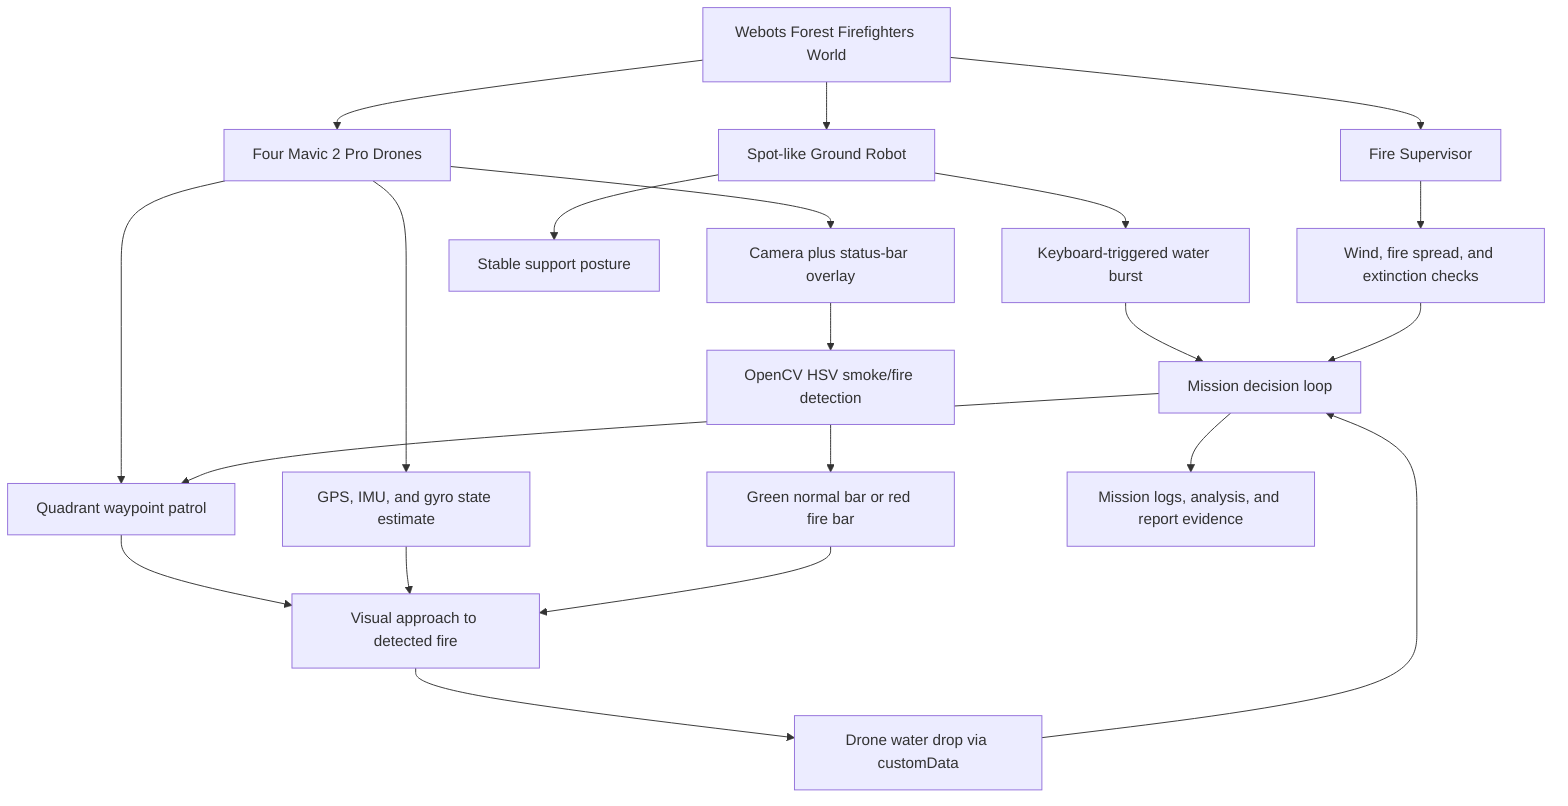
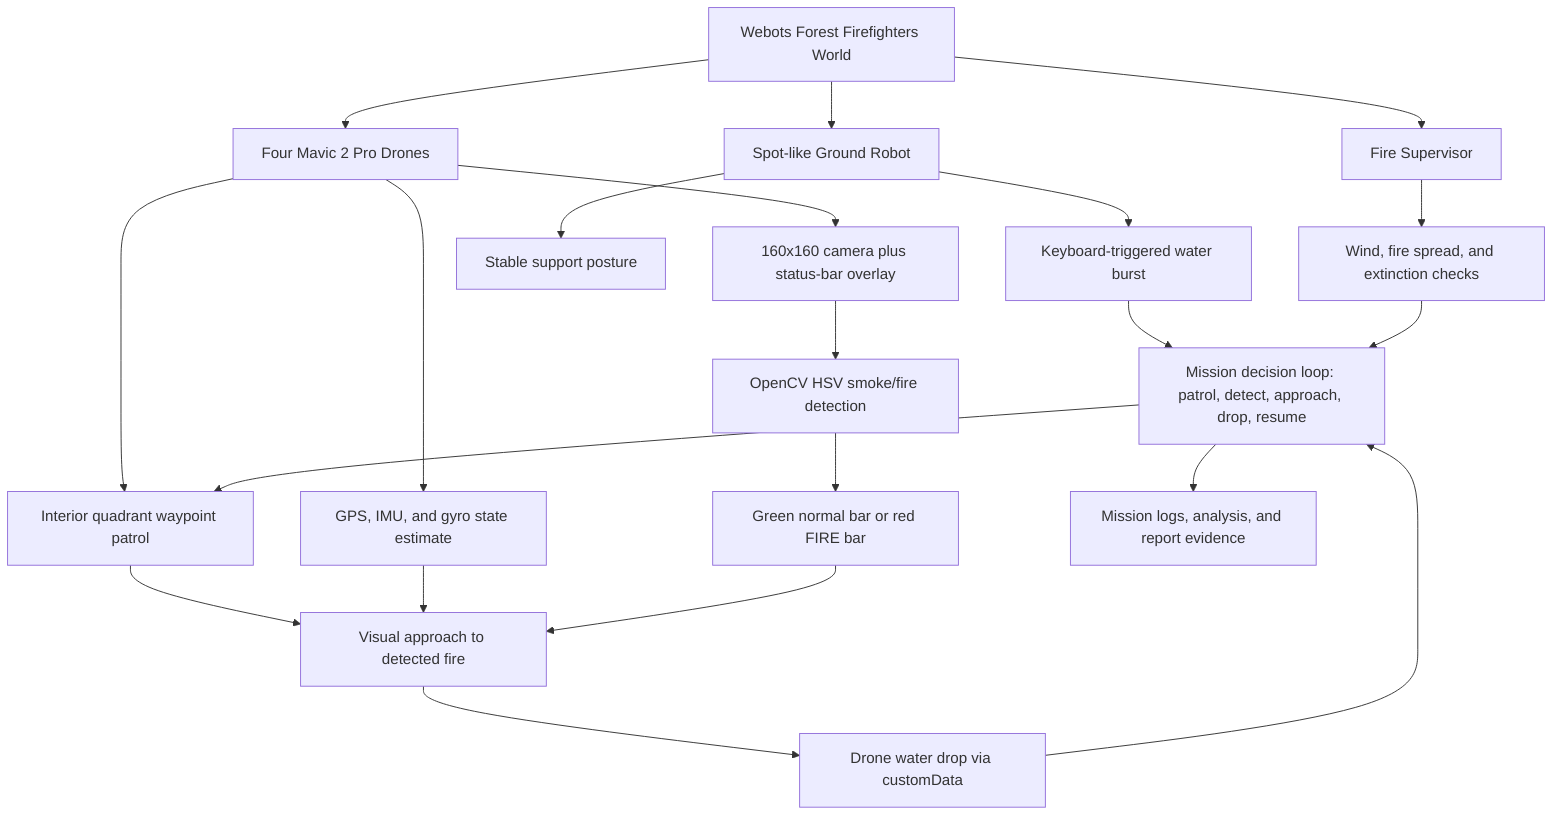
flowchart TD
    A[Webots Forest Firefighters World] --> B[Fire Supervisor]
    B --> B1[Wind, fire spread, and extinction checks]

    A --> C[Four Mavic 2 Pro Drones]
    A --> D[Spot-like Ground Robot]

-     C --> C1[Quadrant waypoint patrol]
-     C --> C2[Camera plus status-bar overlay]
+     C --> C1[Interior quadrant waypoint patrol]
+     C --> C2[160x160 camera plus status-bar overlay]
    C --> C3[GPS, IMU, and gyro state estimate]
    C2 --> E[OpenCV HSV smoke/fire detection]
-     E --> E1[Green normal bar or red fire bar]
+     E --> E1[Green normal bar or red FIRE bar]
    C1 --> F[Visual approach to detected fire]
    C3 --> F
    E1 --> F
    F --> G[Drone water drop via customData]

    D --> D1[Stable support posture]
    D --> D2[Keyboard-triggered water burst]

-     G --> H[Mission decision loop]
+     G --> H[Mission decision loop: patrol, detect, approach, drop, resume]
    D2 --> H
    B1 --> H
    H --> C1
    H --> I[Mission logs, analysis, and report evidence]
